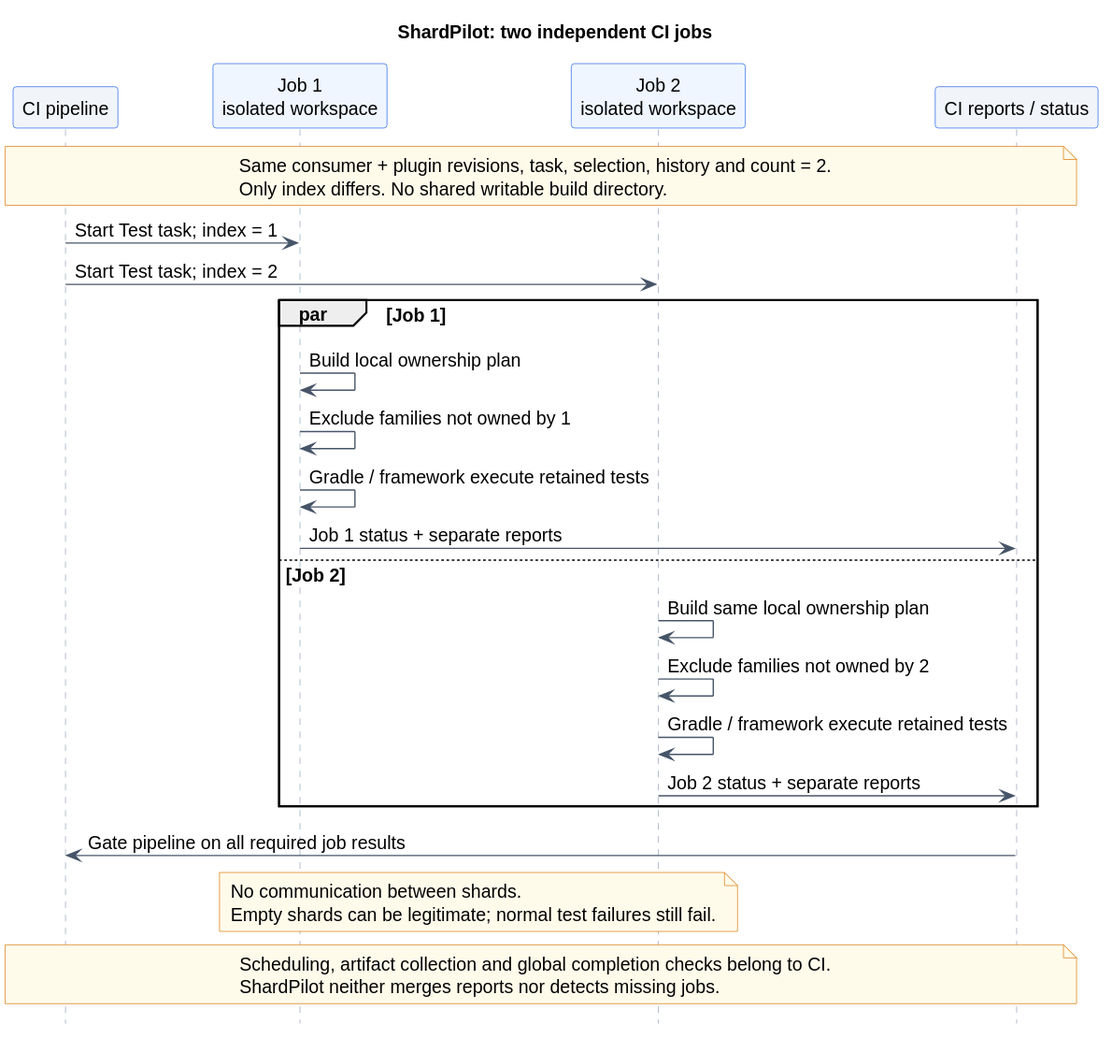
Above: docs/diagrams/ci-execution.svg in sjacek/shardpilot (PlantUML), before the change. Its source is kept beside it as docs/diagrams/ci-execution.puml.
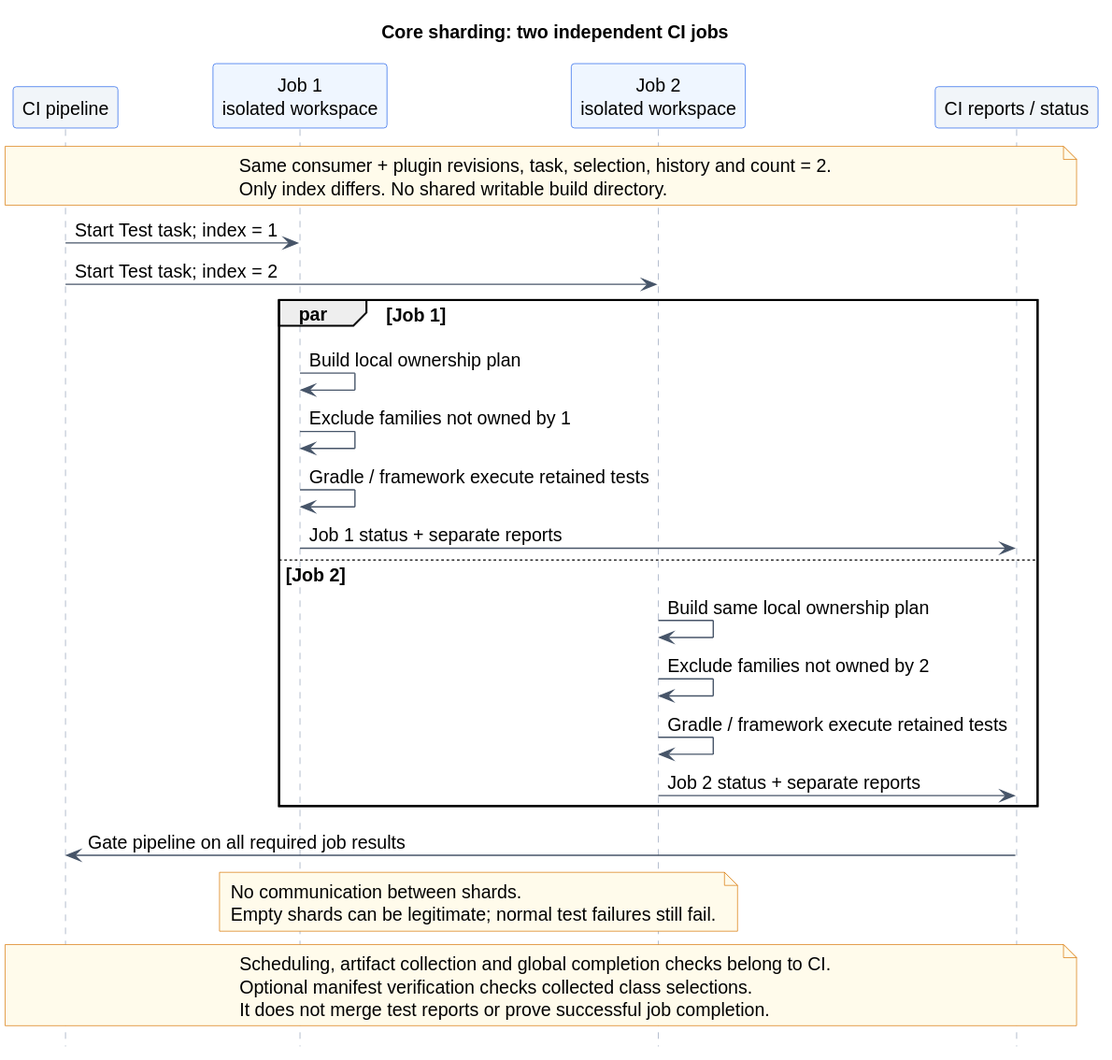
After the commit.

The edit, as a diff of the source:
```diff
@@ -1,5 +1,5 @@
 @startuml
-title ShardPilot: two independent CI jobs
+title Core sharding: two independent CI jobs
 skinparam backgroundColor #FFFFFF
 skinparam shadowing false
 skinparam defaultFontName SansSerif
@@ -46,6 +46,7 @@
 
 note over ci,reports
   Scheduling, artifact collection and global completion checks belong to CI.
-  ShardPilot neither merges reports nor detects missing jobs.
+  Optional manifest verification checks collected class selections.
+  It does not merge test reports or prove successful job completion.
 end note
 @enduml
```
